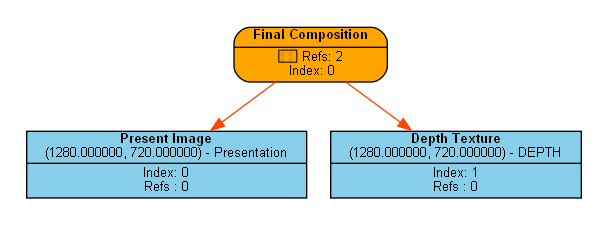
Above: Engine/content/FrameGraphs/PNG/frame_graph_test.png in Pikachuxxxx/Razix (Graphviz), before the change. Its source is kept beside it as Engine/content/FrameGraphs/frame_graph_test.dot.
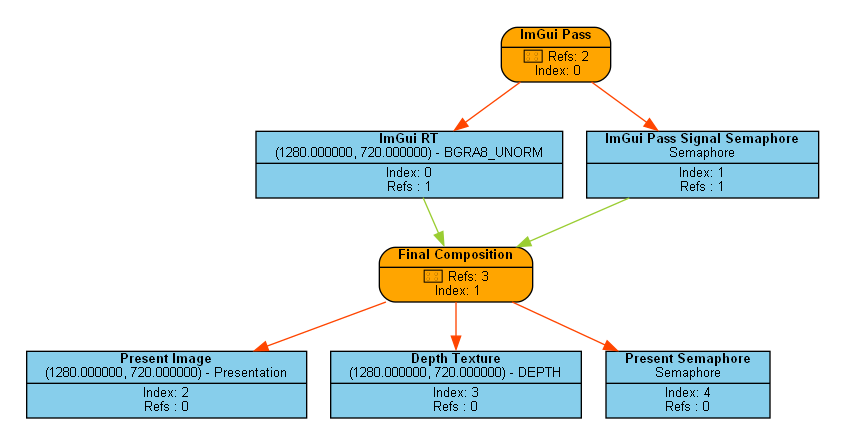
Above is the later version.

Diff of the diagram source:
```diff
@@ -2,18 +2,29 @@
 graph [style=invis, rankdir="TB" ordering=out, splines=spline]
 node [shape=record, fontname="helvetica", fontsize=10, margin="0.2,0.03"]
 
-P0 [label=<{ {<B>Final Composition</B>} | {&#x2605; Refs: 2<BR/> Index: 0} }> style="rounded,filled", fillcolor=orange]
+P0 [label=<{ {<B>ImGui Pass</B>} | {&#x2605; Refs: 2<BR/> Index: 0} }> style="rounded,filled", fillcolor=orange]
+P1 [label=<{ {<B>Final Composition</B>} | {&#x2605; Refs: 3<BR/> Index: 1} }> style="rounded,filled", fillcolor=orange]
 
-R0_1 [label=<{ {<B>Present Image</B><BR/>(1280.000000, 720.000000) - Presentation} | {Index: 0<BR/>Refs : 0} }> style=filled, fillcolor=skyblue]
-R1_1 [label=<{ {<B>Depth Texture</B><BR/>(1280.000000, 720.000000) - DEPTH} | {Index: 1<BR/>Refs : 0} }> style=filled, fillcolor=skyblue]
+R0_1 [label=<{ {<B>ImGui RT</B><BR/>(1280.000000, 720.000000) - BGRA8_UNORM} | {Index: 0<BR/>Refs : 1} }> style=filled, fillcolor=skyblue]
+R1_1 [label=<{ {<B>ImGui Pass Signal Semaphore</B><BR/>Semaphore} | {Index: 1<BR/>Refs : 1} }> style=filled, fillcolor=skyblue]
+R2_1 [label=<{ {<B>Present Image</B><BR/>(1280.000000, 720.000000) - Presentation} | {Index: 2<BR/>Refs : 0} }> style=filled, fillcolor=skyblue]
+R3_1 [label=<{ {<B>Depth Texture</B><BR/>(1280.000000, 720.000000) - DEPTH} | {Index: 3<BR/>Refs : 0} }> style=filled, fillcolor=skyblue]
+R4_1 [label=<{ {<B>Present Semaphore</B><BR/>Semaphore} | {Index: 4<BR/>Refs : 0} }> style=filled, fillcolor=skyblue]
 
 P0 -> { R0_1 R1_1 } [color=orangered]
+P1 -> { R2_1 R3_1 R4_1 } [color=orangered]
 
-R0_1 -> { } [color=olivedrab3]
-R1_1 -> { } [color=olivedrab3]
+R0_1 -> { P1 } [color=olivedrab3]
+R1_1 -> { P1 } [color=olivedrab3]
+R2_1 -> { } [color=olivedrab3]
+R3_1 -> { } [color=olivedrab3]
+R4_1 -> { } [color=olivedrab3]
 
 subgraph cluster_0 {
 P0 R0_1 R1_1
+}
+subgraph cluster_1 {
+P1 R2_1 R3_1 R4_1
 }
 
 subgraph cluster_imported_resources {
```
